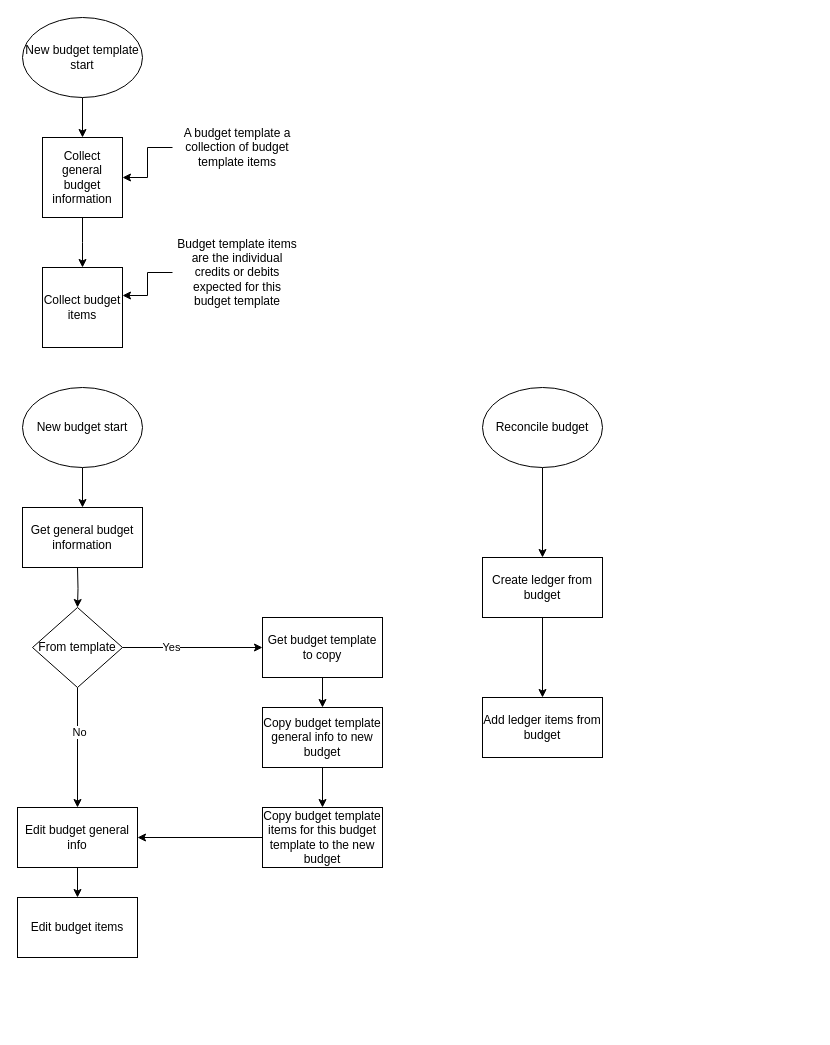
Before: page "Page-2" (1 of 2) of Untitled Diagram.drawio in jrobiii/Budgeting, a draw.io diagram. Source tidied: cells renumbered, new cells numbered last; positions are measured from the earlier drawing's top-left corner, leaving out a move shared by most shapes. Both pictures are drawn from the tidied source at 100%, with x=0, y=0 at pixel (17, 17).
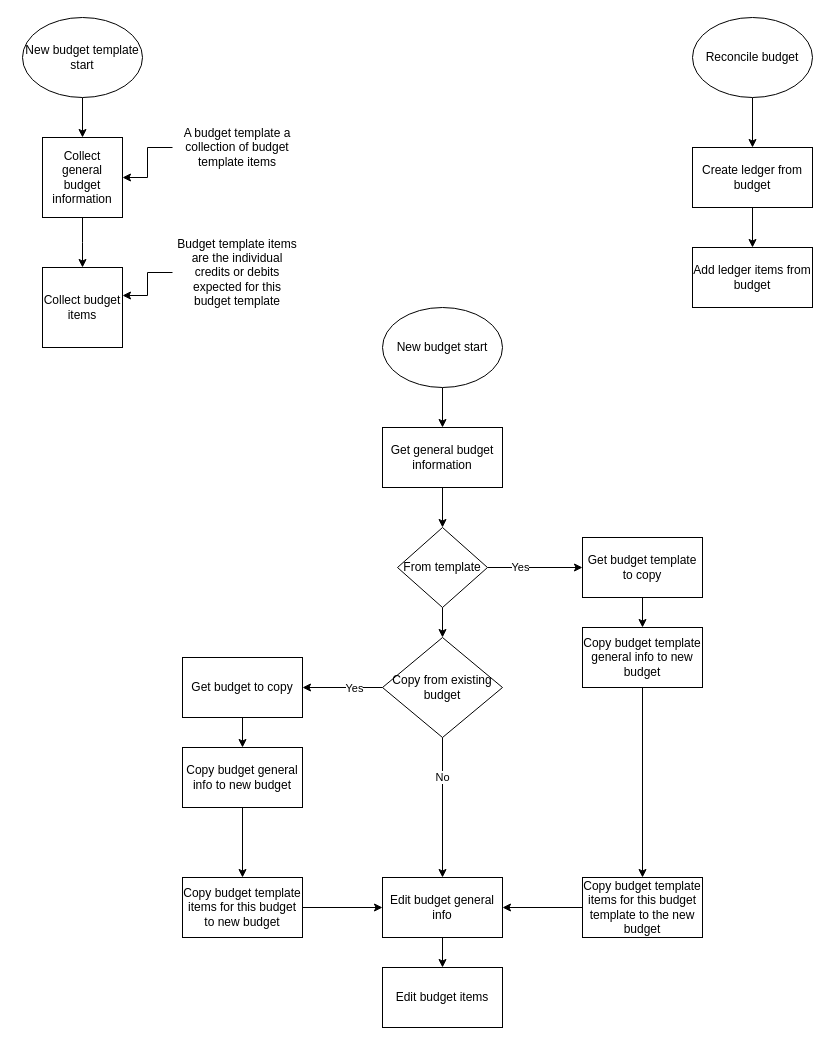
Above is the later version.

Commit message:
Added page for thought bubbles

Diff of the diagram source:
```diff
@@
-    <mxCell id="13" style="edgeStyle=orthogonalEdgeStyle;rounded=0;jettySize=auto;html=1;" parent="1" edge="1" source="15" target="19">
-      <mxGeometry relative="1" as="geometry" />
-    </mxCell>
-    <mxCell id="14" value="No" style="edgeLabel;html=1;align=center;verticalAlign=middle;" parent="13" vertex="1">
-      <mxGeometry x="-0.27" y="1" relative="1" as="geometry" />
-    </mxCell>
+    <mxCell id="34" style="edgeStyle=orthogonalEdgeStyle;rounded=0;jettySize=auto;html=1;" parent="1" edge="1" source="15" target="39">
+      <mxGeometry relative="1" as="geometry" />
+    </mxCell>
     <mxCell id="15" value="From template" style="rhombus;whiteSpace=wrap;html=1;" parent="1" vertex="1">
-      <mxGeometry x="15" y="590" width="90" height="80" as="geometry" />
+      <mxGeometry x="380" y="510" width="90" height="80" as="geometry" />
     </mxCell>
-    <mxCell id="16" style="edgeStyle=orthogonalEdgeStyle;rounded=0;jettySize=auto;html=1;exitX=0.5;exitY=1;exitDx=0;exitDy=0;entryX=0.5;entryY=0;entryDx=0;entryDy=0;" parent="1" edge="1" target="15">
-      <mxGeometry relative="1" as="geometry">
-        <mxPoint x="60" y="550" as="sourcePoint" />
-      </mxGeometry>
-    </mxCell>
@@
     <mxCell id="19" value="Edit budget general info" style="whiteSpace=wrap;html=1;" parent="1" vertex="1">
-      <mxGeometry y="790" width="120" height="60" as="geometry" />
+      <mxGeometry x="365" y="860" width="120" height="60" as="geometry" />
     </mxCell>
     <mxCell id="20" value="Edit budget items" style="whiteSpace=wrap;html=1;" parent="1" vertex="1">
-      <mxGeometry y="880" width="120" height="60" as="geometry" />
+      <mxGeometry x="365" y="950" width="120" height="60" as="geometry" />
     </mxCell>
+    <mxCell id="35" style="edgeStyle=orthogonalEdgeStyle;rounded=0;jettySize=auto;html=1;exitX=0.5;exitY=1;exitDx=0;exitDy=0;" parent="1" edge="1" source="21" target="15">
+      <mxGeometry relative="1" as="geometry" />
+    </mxCell>
     <mxCell id="21" value="&lt;span&gt;Get general budget information&lt;/span&gt;" style="whiteSpace=wrap;html=1;rounded=0;" parent="1" vertex="1">
-      <mxGeometry x="5" y="490" width="120" height="60" as="geometry" />
+      <mxGeometry x="365" y="410" width="120" height="60" as="geometry" />
     </mxCell>
@@
     <mxCell id="23" value="&lt;span&gt;Get budget template to copy&lt;/span&gt;" style="rounded=0;whiteSpace=wrap;html=1;" parent="1" vertex="1">
-      <mxGeometry x="245" y="600" width="120" height="60" as="geometry" />
+      <mxGeometry x="565" y="520" width="120" height="60" as="geometry" />
     </mxCell>
@@
     <mxCell id="25" value="&lt;span&gt;Copy budget template general info to new budget&lt;/span&gt;" style="rounded=0;whiteSpace=wrap;html=1;" parent="1" vertex="1">
-      <mxGeometry x="245" y="690" width="120" height="60" as="geometry" />
+      <mxGeometry x="565" y="610" width="120" height="60" as="geometry" />
     </mxCell>
     <mxCell id="26" value="&lt;span&gt;Copy budget template items for this budget template to the new budget&lt;/span&gt;" style="rounded=0;whiteSpace=wrap;html=1;" parent="1" vertex="1">
-      <mxGeometry x="245" y="790" width="120" height="60" as="geometry" />
+      <mxGeometry x="565" y="860" width="120" height="60" as="geometry" />
     </mxCell>
     <mxCell id="27" value="New budget start" style="ellipse;whiteSpace=wrap;html=1;" parent="1" vertex="1">
-      <mxGeometry x="5" y="370" width="120" height="80" as="geometry" />
+      <mxGeometry x="365" y="290" width="120" height="80" as="geometry" />
     </mxCell>
@@
     <mxCell id="30" value="Reconcile budget" style="ellipse;whiteSpace=wrap;html=1;" parent="1" vertex="1">
-      <mxGeometry x="465" y="370" width="120" height="80" as="geometry" />
+      <mxGeometry x="675" width="120" height="80" as="geometry" />
     </mxCell>
@@
     <mxCell id="32" value="Create ledger from budget" style="whiteSpace=wrap;html=1;" parent="1" vertex="1">
-      <mxGeometry x="465" y="540" width="120" height="60" as="geometry" />
+      <mxGeometry x="675" y="130" width="120" height="60" as="geometry" />
     </mxCell>
     <mxCell id="33" value="Add ledger items from budget" style="whiteSpace=wrap;html=1;" parent="1" vertex="1">
-      <mxGeometry x="465" y="680" width="120" height="60" as="geometry" />
+      <mxGeometry x="675" y="230" width="120" height="60" as="geometry" />
     </mxCell>
+    <mxCell id="36" style="edgeStyle=orthogonalEdgeStyle;rounded=0;jettySize=auto;html=1;" parent="1" edge="1" source="39" target="41">
+      <mxGeometry relative="1" as="geometry" />
+    </mxCell>
+    <mxCell id="37" value="Yes" style="edgeLabel;html=1;align=center;verticalAlign=middle;" parent="36" vertex="1">
+      <mxGeometry x="-0.28" relative="1" as="geometry" />
+    </mxCell>
+    <mxCell id="38" style="edgeStyle=orthogonalEdgeStyle;rounded=0;jettySize=auto;html=1;exitX=0.5;exitY=1;exitDx=0;exitDy=0;" parent="1" edge="1" source="39" target="19">
+      <mxGeometry relative="1" as="geometry" />
+    </mxCell>
+    <mxCell id="14" value="No" style="edgeLabel;html=1;align=center;verticalAlign=middle;" parent="38" vertex="1">
+      <mxGeometry x="-0.45" y="-1" relative="1" as="geometry" />
+    </mxCell>
+    <mxCell id="39" value="Copy from existing budget&lt;br&gt;" style="rhombus;whiteSpace=wrap;html=1;" parent="1" vertex="1">
+      <mxGeometry x="365" y="620" width="120" height="100" as="geometry" />
+    </mxCell>
+    <mxCell id="40" style="edgeStyle=orthogonalEdgeStyle;rounded=0;jettySize=auto;html=1;" parent="1" edge="1" source="41" target="43">
+      <mxGeometry relative="1" as="geometry" />
+    </mxCell>
+    <mxCell id="41" value="Get budget to copy" style="whiteSpace=wrap;html=1;" parent="1" vertex="1">
+      <mxGeometry x="165" y="640" width="120" height="60" as="geometry" />
+    </mxCell>
+    <mxCell id="42" style="edgeStyle=orthogonalEdgeStyle;rounded=0;jettySize=auto;html=1;" parent="1" edge="1" source="43" target="45">
+      <mxGeometry relative="1" as="geometry" />
+    </mxCell>
+    <mxCell id="43" value="Copy budget general info to new budget" style="whiteSpace=wrap;html=1;" parent="1" vertex="1">
+      <mxGeometry x="165" y="730" width="120" height="60" as="geometry" />
+    </mxCell>
+    <mxCell id="44" style="edgeStyle=orthogonalEdgeStyle;rounded=0;jettySize=auto;html=1;exitX=1;exitY=0.5;exitDx=0;exitDy=0;entryX=0;entryY=0.5;entryDx=0;entryDy=0;" parent="1" edge="1" source="45" target="19">
+      <mxGeometry relative="1" as="geometry" />
+    </mxCell>
+    <mxCell id="45" value="Copy budget template items for this budget to new budget" style="whiteSpace=wrap;html=1;" parent="1" vertex="1">
+      <mxGeometry x="165" y="860" width="120" height="60" as="geometry" />
+    </mxCell>
```
